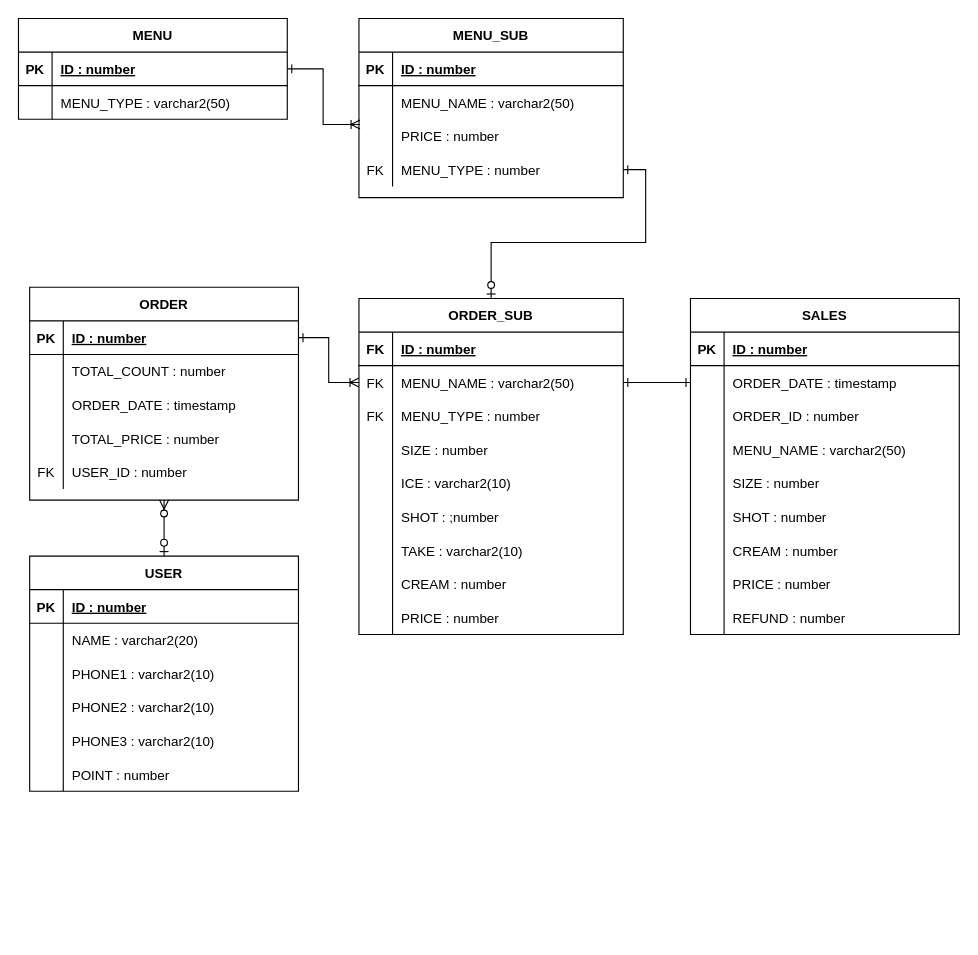
Earlier version of the draw.io diagram page "물리설계" (7 of 7) of design/kioskClass.drawio (JinSolKwon/cafeKiosk). Source tidied: cells renumbered, new cells numbered last; positions are measured from the earlier drawing's top-left corner, leaving out a move shared by most shapes. Both pictures are drawn from the tidied source at 112%, with x=0, y=0 at pixel (18, 18).
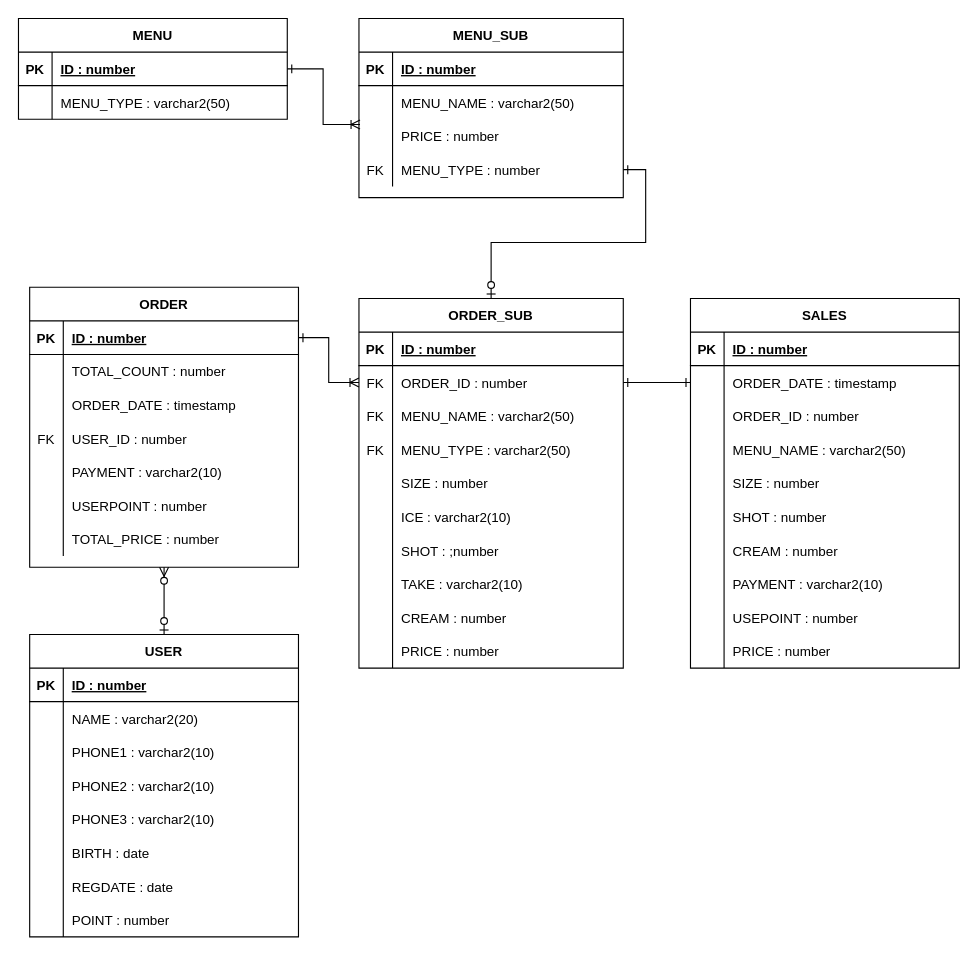
Above is the later version.

Unchanged cells that the change refers to:
```xml
<mxCell id="33" style="shape=partialRectangle;fillColor=none;top=0;left=0;bottom=0;right=0;" parent="23" vertex="1">
  <mxGeometry y="120" width="240" height="30" as="geometry" />
</mxCell>
<mxCell id="36" style="shape=partialRectangle;fillColor=none;top=0;left=0;bottom=0;right=0;" parent="23" vertex="1">
  <mxGeometry y="150" width="240" height="30" as="geometry" />
</mxCell>
<mxCell id="41" style="shape=partialRectangle;fillColor=none;top=0;left=0;bottom=1;right=0;" parent="40" vertex="1">
  <mxGeometry y="30" width="236" height="30" as="geometry" />
</mxCell>
<mxCell id="44" style="shape=partialRectangle;fillColor=none;top=0;left=0;bottom=0;right=0;points=[[0,0.5],[1,0.5]];portConstraint=eastwest;" parent="40" vertex="1">
  <mxGeometry y="60" width="236" height="30" as="geometry" />
</mxCell>
```

Change to the diagram source:
```diff
@@
     <mxCell id="23" value="ORDER" style="shape=table;startSize=30;childLayout=tableLayout;rowLines=0;fontStyle=1;align=center;" parent="1" vertex="1">
-      <mxGeometry x="10" y="240" width="240" height="190" as="geometry" />
+      <mxGeometry x="10" y="240" width="240" height="250" as="geometry" />
     </mxCell>
@@
-    <mxCell id="34" style="shape=partialRectangle;fillColor=none;top=0;left=0;bottom=0;right=0;overflow=hidden;" parent="33" vertex="1">
+    <mxCell id="34" value="FK" style="shape=partialRectangle;fillColor=none;top=0;left=0;bottom=0;right=0;overflow=hidden;" parent="33" vertex="1">
       <mxGeometry width="30" height="30" as="geometry" />
     </mxCell>
-    <mxCell id="35" value="TOTAL_PRICE : number" style="shape=partialRectangle;fillColor=none;top=0;left=0;bottom=0;right=0;align=left;spacingLeft=6;overflow=hidden;" parent="33" vertex="1">
+    <mxCell id="35" value="USER_ID : number" style="shape=partialRectangle;fillColor=none;top=0;left=0;bottom=0;right=0;align=left;spacingLeft=6;overflow=hidden;" parent="33" vertex="1">
       <mxGeometry x="30" width="210" height="30" as="geometry" />
     </mxCell>
@@
-    <mxCell id="37" value="FK" style="shape=partialRectangle;fillColor=none;top=0;left=0;bottom=0;right=0;overflow=hidden;" parent="36" vertex="1">
+    <mxCell id="37" style="shape=partialRectangle;fillColor=none;top=0;left=0;bottom=0;right=0;overflow=hidden;" parent="36" vertex="1">
       <mxGeometry width="30" height="30" as="geometry" />
     </mxCell>
-    <mxCell id="38" value="USER_ID : number" style="shape=partialRectangle;fillColor=none;top=0;left=0;bottom=0;right=0;align=left;spacingLeft=6;overflow=hidden;" parent="36" vertex="1">
+    <mxCell id="38" value="PAYMENT : varchar2(10)" style="shape=partialRectangle;fillColor=none;top=0;left=0;bottom=0;right=0;align=left;spacingLeft=6;overflow=hidden;" parent="36" vertex="1">
       <mxGeometry x="30" width="210" height="30" as="geometry" />
     </mxCell>
+    <mxCell id="119" style="shape=partialRectangle;fillColor=none;top=0;left=0;bottom=0;right=0;" parent="23" vertex="1">
+      <mxGeometry y="180" width="240" height="30" as="geometry" />
+    </mxCell>
+    <mxCell id="120" style="shape=partialRectangle;fillColor=none;top=0;left=0;bottom=0;right=0;overflow=hidden;" parent="119" vertex="1">
+      <mxGeometry width="30" height="30" as="geometry" />
+    </mxCell>
+    <mxCell id="121" value="USERPOINT : number" style="shape=partialRectangle;fillColor=none;top=0;left=0;bottom=0;right=0;align=left;spacingLeft=6;overflow=hidden;" parent="119" vertex="1">
+      <mxGeometry x="30" width="210" height="30" as="geometry" />
+    </mxCell>
+    <mxCell id="122" style="shape=partialRectangle;fillColor=none;top=0;left=0;bottom=0;right=0;" parent="23" vertex="1">
+      <mxGeometry y="210" width="240" height="30" as="geometry" />
+    </mxCell>
+    <mxCell id="123" style="shape=partialRectangle;fillColor=none;top=0;left=0;bottom=0;right=0;overflow=hidden;" parent="122" vertex="1">
+      <mxGeometry width="30" height="30" as="geometry" />
+    </mxCell>
+    <mxCell id="124" value="TOTAL_PRICE : number" style="shape=partialRectangle;fillColor=none;top=0;left=0;bottom=0;right=0;align=left;spacingLeft=6;overflow=hidden;" parent="122" vertex="1">
+      <mxGeometry x="30" width="210" height="30" as="geometry" />
+    </mxCell>
@@
     <mxCell id="40" value="ORDER_SUB" style="shape=table;startSize=30;childLayout=tableLayout;rowLines=0;fontStyle=1;align=center;" parent="1" vertex="1">
-      <mxGeometry x="304" y="250" width="236" height="300" as="geometry" />
+      <mxGeometry x="304" y="250" width="236" height="330" as="geometry" />
     </mxCell>
@@
-    <mxCell id="42" value="FK" style="shape=partialRectangle;fillColor=none;top=0;left=0;bottom=0;right=0;fontStyle=1;overflow=hidden;" parent="41" vertex="1">
+    <mxCell id="42" value="PK" style="shape=partialRectangle;fillColor=none;top=0;left=0;bottom=0;right=0;fontStyle=1;overflow=hidden;" parent="41" vertex="1">
       <mxGeometry width="30" height="30" as="geometry" />
     </mxCell>
@@
-    <mxCell id="46" value="MENU_NAME : varchar2(50)" style="shape=partialRectangle;fillColor=none;top=0;left=0;bottom=0;right=0;align=left;spacingLeft=6;overflow=hidden;" parent="44" vertex="1">
+    <mxCell id="46" value="ORDER_ID : number" style="shape=partialRectangle;fillColor=none;top=0;left=0;bottom=0;right=0;align=left;spacingLeft=6;overflow=hidden;" parent="44" vertex="1">
       <mxGeometry x="30" width="206" height="30" as="geometry" />
     </mxCell>
+    <mxCell id="125" style="shape=partialRectangle;fillColor=none;top=0;left=0;bottom=0;right=0;" parent="40" vertex="1">
+      <mxGeometry y="90" width="236" height="30" as="geometry" />
+    </mxCell>
+    <mxCell id="126" value="FK" style="shape=partialRectangle;fillColor=none;top=0;left=0;bottom=0;right=0;overflow=hidden;" parent="125" vertex="1">
+      <mxGeometry width="30" height="30" as="geometry" />
+    </mxCell>
+    <mxCell id="127" value="MENU_NAME : varchar2(50)" style="shape=partialRectangle;fillColor=none;top=0;left=0;bottom=0;right=0;align=left;spacingLeft=6;overflow=hidden;" parent="125" vertex="1">
+      <mxGeometry x="30" width="206" height="30" as="geometry" />
+    </mxCell>
     <mxCell id="47" style="shape=partialRectangle;fillColor=none;top=0;left=0;bottom=0;right=0;" parent="40" vertex="1">
-      <mxGeometry y="90" width="236" height="30" as="geometry" />
+      <mxGeometry y="120" width="236" height="30" as="geometry" />
     </mxCell>
@@
-    <mxCell id="49" value="MENU_TYPE : number" style="shape=partialRectangle;fillColor=none;top=0;left=0;bottom=0;right=0;align=left;spacingLeft=6;overflow=hidden;" parent="47" vertex="1">
+    <mxCell id="49" value="MENU_TYPE : varchar2(50)" style="shape=partialRectangle;fillColor=none;top=0;left=0;bottom=0;right=0;align=left;spacingLeft=6;overflow=hidden;" parent="47" vertex="1">
       <mxGeometry x="30" width="206" height="30" as="geometry" />
     </mxCell>
     <mxCell id="50" style="shape=partialRectangle;fillColor=none;top=0;left=0;bottom=0;right=0;" parent="40" vertex="1">
-      <mxGeometry y="120" width="236" height="30" as="geometry" />
+      <mxGeometry y="150" width="236" height="30" as="geometry" />
     </mxCell>
@@
     <mxCell id="53" style="shape=partialRectangle;fillColor=none;top=0;left=0;bottom=0;right=0;" parent="40" vertex="1">
-      <mxGeometry y="150" width="236" height="30" as="geometry" />
+      <mxGeometry y="180" width="236" height="30" as="geometry" />
     </mxCell>
@@
     <mxCell id="56" style="shape=partialRectangle;fillColor=none;top=0;left=0;bottom=0;right=0;" parent="40" vertex="1">
-      <mxGeometry y="180" width="236" height="30" as="geometry" />
+      <mxGeometry y="210" width="236" height="30" as="geometry" />
     </mxCell>
@@
     <mxCell id="59" style="shape=partialRectangle;fillColor=none;top=0;left=0;bottom=0;right=0;" parent="40" vertex="1">
-      <mxGeometry y="210" width="236" height="30" as="geometry" />
+      <mxGeometry y="240" width="236" height="30" as="geometry" />
     </mxCell>
@@
     <mxCell id="62" style="shape=partialRectangle;fillColor=none;top=0;left=0;bottom=0;right=0;" parent="40" vertex="1">
-      <mxGeometry y="240" width="236" height="30" as="geometry" />
+      <mxGeometry y="270" width="236" height="30" as="geometry" />
     </mxCell>
@@
     <mxCell id="65" style="shape=partialRectangle;fillColor=none;top=0;left=0;bottom=0;right=0;" parent="40" vertex="1">
-      <mxGeometry y="270" width="236" height="30" as="geometry" />
+      <mxGeometry y="300" width="236" height="30" as="geometry" />
     </mxCell>
@@
     <mxCell id="68" value="SALES" style="shape=table;startSize=30;childLayout=tableLayout;rowLines=0;fontStyle=1;align=center;" parent="1" vertex="1">
-      <mxGeometry x="600" y="250" width="240" height="300" as="geometry" />
+      <mxGeometry x="600" y="250" width="240" height="330" as="geometry" />
     </mxCell>
@@
+    <mxCell id="128" style="shape=partialRectangle;fillColor=none;top=0;left=0;bottom=0;right=0;" parent="68" vertex="1">
+      <mxGeometry y="240" width="240" height="30" as="geometry" />
+    </mxCell>
+    <mxCell id="129" style="shape=partialRectangle;fillColor=none;top=0;left=0;bottom=0;right=0;overflow=hidden;" parent="128" vertex="1">
+      <mxGeometry width="30" height="30" as="geometry" />
+    </mxCell>
+    <mxCell id="130" value="PAYMENT : varchar2(10)" style="shape=partialRectangle;fillColor=none;top=0;left=0;bottom=0;right=0;align=left;spacingLeft=6;overflow=hidden;" parent="128" vertex="1">
+      <mxGeometry x="30" width="210" height="30" as="geometry" />
+    </mxCell>
+    <mxCell id="93" style="shape=partialRectangle;fillColor=none;top=0;left=0;bottom=0;right=0;" parent="68" vertex="1">
+      <mxGeometry y="270" width="240" height="30" as="geometry" />
+    </mxCell>
+    <mxCell id="131" style="shape=partialRectangle;fillColor=none;top=0;left=0;bottom=0;right=0;overflow=hidden;" parent="93" vertex="1">
+      <mxGeometry width="30" height="30" as="geometry" />
+    </mxCell>
+    <mxCell id="132" value="USEPOINT : number" style="shape=partialRectangle;fillColor=none;top=0;left=0;bottom=0;right=0;align=left;spacingLeft=6;overflow=hidden;" parent="93" vertex="1">
+      <mxGeometry x="30" width="210" height="30" as="geometry" />
+    </mxCell>
     <mxCell id="90" style="shape=partialRectangle;fillColor=none;top=0;left=0;bottom=0;right=0;" parent="68" vertex="1">
-      <mxGeometry y="240" width="240" height="30" as="geometry" />
+      <mxGeometry y="300" width="240" height="30" as="geometry" />
     </mxCell>
@@
-    <mxCell id="93" style="shape=partialRectangle;fillColor=none;top=0;left=0;bottom=0;right=0;" parent="68" vertex="1">
-      <mxGeometry y="270" width="240" height="30" as="geometry" />
-    </mxCell>
-    <mxCell id="94" style="shape=partialRectangle;fillColor=none;top=0;left=0;bottom=0;right=0;overflow=hidden;" parent="93" vertex="1">
-      <mxGeometry width="30" height="30" as="geometry" />
-    </mxCell>
-    <mxCell id="95" value="REFUND : number" style="shape=partialRectangle;fillColor=none;top=0;left=0;bottom=0;right=0;align=left;spacingLeft=6;overflow=hidden;" parent="93" vertex="1">
-      <mxGeometry x="30" width="210" height="30" as="geometry" />
-    </mxCell>
@@
     <mxCell id="99" value="USER" style="shape=table;startSize=30;childLayout=tableLayout;rowLines=0;fontStyle=1;align=center;" parent="1" vertex="1">
-      <mxGeometry x="10" y="480" width="240" height="210" as="geometry" />
+      <mxGeometry x="10" y="550" width="240" height="270" as="geometry" />
     </mxCell>
@@
+    <mxCell id="133" style="shape=partialRectangle;fillColor=none;top=0;left=0;bottom=0;right=0;" parent="99" vertex="1">
+      <mxGeometry y="180" width="240" height="30" as="geometry" />
+    </mxCell>
+    <mxCell id="134" style="shape=partialRectangle;fillColor=none;top=0;left=0;bottom=0;right=0;overflow=hidden;" parent="133" vertex="1">
+      <mxGeometry width="30" height="30" as="geometry" />
+    </mxCell>
+    <mxCell id="135" value="BIRTH : date" style="shape=partialRectangle;fillColor=none;top=0;left=0;bottom=0;right=0;align=left;spacingLeft=6;overflow=hidden;" parent="133" vertex="1">
+      <mxGeometry x="30" width="210" height="30" as="geometry" />
+    </mxCell>
+    <mxCell id="136" style="shape=partialRectangle;fillColor=none;top=0;left=0;bottom=0;right=0;" parent="99" vertex="1">
+      <mxGeometry y="210" width="240" height="30" as="geometry" />
+    </mxCell>
+    <mxCell id="137" style="shape=partialRectangle;fillColor=none;top=0;left=0;bottom=0;right=0;overflow=hidden;" parent="136" vertex="1">
+      <mxGeometry width="30" height="30" as="geometry" />
+    </mxCell>
+    <mxCell id="138" value="REGDATE : date" style="shape=partialRectangle;fillColor=none;top=0;left=0;bottom=0;right=0;align=left;spacingLeft=6;overflow=hidden;" parent="136" vertex="1">
+      <mxGeometry x="30" width="210" height="30" as="geometry" />
+    </mxCell>
     <mxCell id="115" style="shape=partialRectangle;fillColor=none;top=0;left=0;bottom=0;right=0;" parent="99" vertex="1">
-      <mxGeometry y="180" width="240" height="30" as="geometry" />
+      <mxGeometry y="240" width="240" height="30" as="geometry" />
     </mxCell>
```
